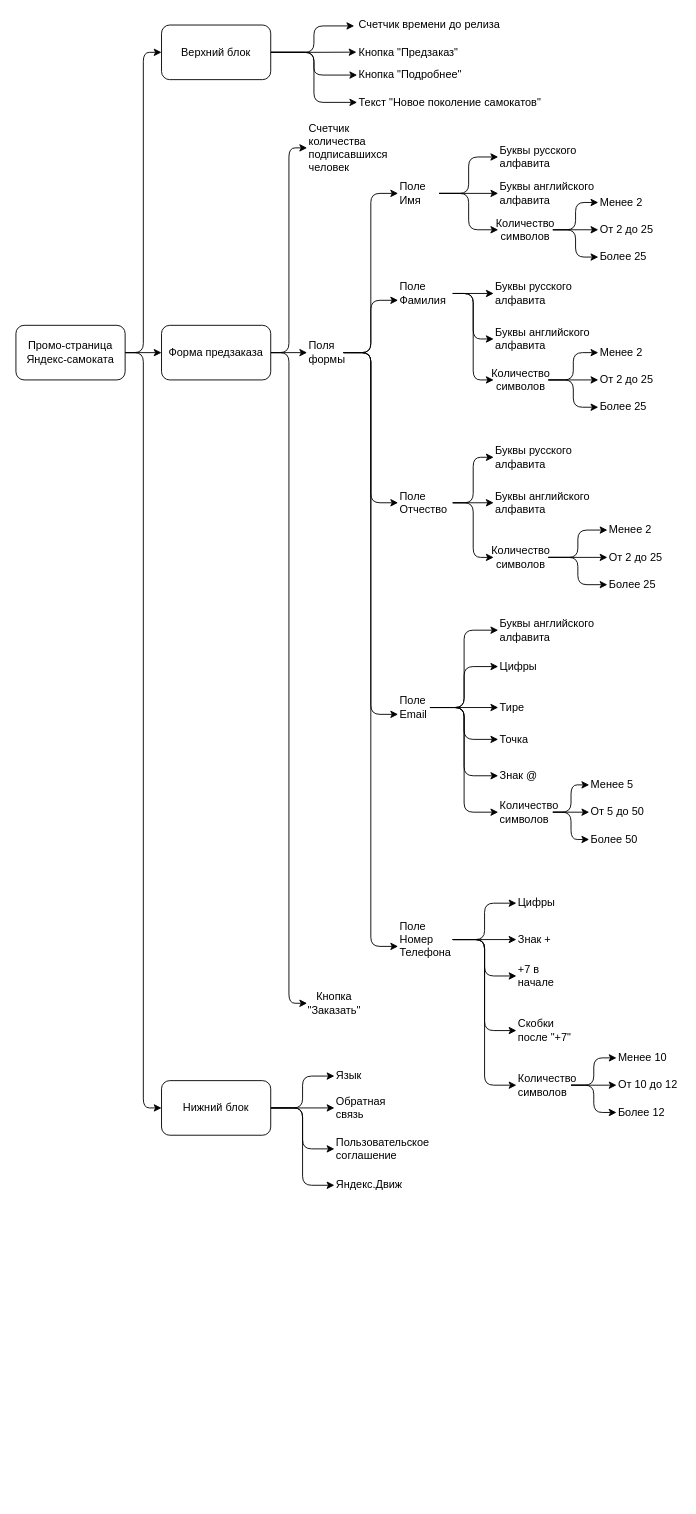
Before: Yandex_samokat_promo_mindmap.drawio in HarveyBarrels/YandexPractQA, a draw.io diagram. Source tidied: cells renumbered, new cells numbered last; positions are measured from the earlier drawing's top-left corner, leaving out a move shared by most shapes. Both pictures are drawn from the tidied source at 91%, with x=0, y=0 at pixel (15, 15).
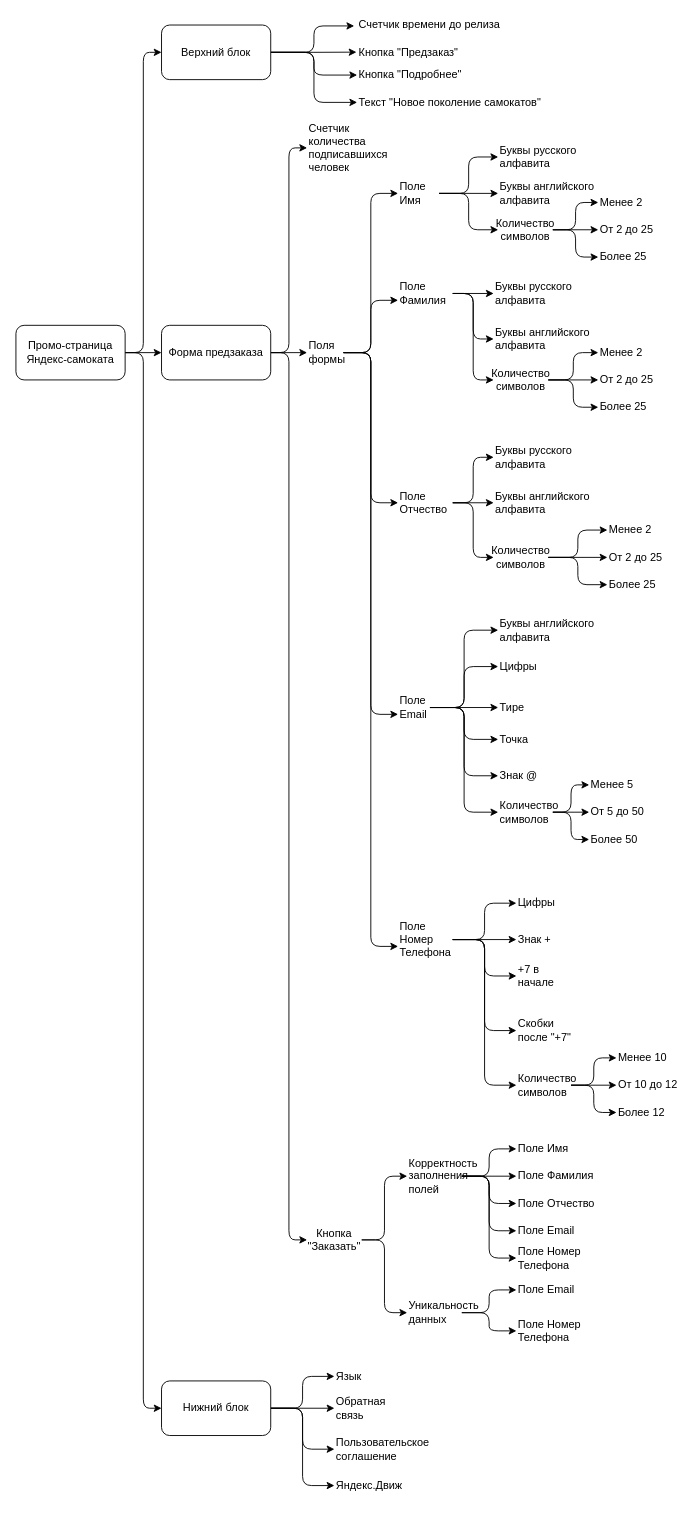
After the change.

What changed in the source:
```diff
@@
     <mxCell id="15" value="Нижний блок" style="rounded=1;whiteSpace=wrap;html=1;" parent="1" vertex="1">
-      <mxGeometry x="160" y="1170" width="120" height="60" as="geometry" />
+      <mxGeometry x="160" y="1500" width="120" height="60" as="geometry" />
     </mxCell>
@@
+    <mxCell id="111" style="edgeStyle=orthogonalEdgeStyle;rounded=1;jettySize=auto;html=1;exitX=1;exitY=0.5;exitDx=0;exitDy=0;entryX=0;entryY=0.5;entryDx=0;entryDy=0;" parent="1" edge="1" source="31" target="118">
+      <mxGeometry relative="1" as="geometry" />
+    </mxCell>
+    <mxCell id="112" style="edgeStyle=orthogonalEdgeStyle;rounded=1;jettySize=auto;html=1;exitX=1;exitY=0.5;exitDx=0;exitDy=0;entryX=0;entryY=0.5;entryDx=0;entryDy=0;" parent="1" edge="1" source="31" target="121">
+      <mxGeometry relative="1" as="geometry" />
+    </mxCell>
     <mxCell id="31" value="Кнопка &quot;Заказать&quot;" style="text;html=1;strokeColor=none;fillColor=none;align=center;verticalAlign=middle;whiteSpace=wrap;rounded=0;" parent="1" vertex="1">
-      <mxGeometry x="320" y="1070" width="60" height="30" as="geometry" />
+      <mxGeometry x="320" y="1330" width="60" height="30" as="geometry" />
     </mxCell>
     <mxCell id="32" value="Язык" style="text;html=1;strokeColor=none;fillColor=none;align=left;verticalAlign=middle;whiteSpace=wrap;rounded=0;" parent="1" vertex="1">
-      <mxGeometry x="350" y="1150" width="60" height="30" as="geometry" />
+      <mxGeometry x="350" y="1480" width="60" height="30" as="geometry" />
     </mxCell>
     <mxCell id="33" value="Обратная связь" style="text;html=1;strokeColor=none;fillColor=none;align=left;verticalAlign=middle;whiteSpace=wrap;rounded=0;" parent="1" vertex="1">
-      <mxGeometry x="350" y="1185" width="60" height="30" as="geometry" />
+      <mxGeometry x="350" y="1515" width="60" height="30" as="geometry" />
     </mxCell>
     <mxCell id="34" value="Пользовательское соглашение" style="text;html=1;strokeColor=none;fillColor=none;align=left;verticalAlign=middle;whiteSpace=wrap;rounded=0;" parent="1" vertex="1">
-      <mxGeometry x="350" y="1230" width="60" height="30" as="geometry" />
+      <mxGeometry x="350" y="1560" width="60" height="30" as="geometry" />
     </mxCell>
     <mxCell id="35" value="Яндекс.Движ" style="text;html=1;strokeColor=none;fillColor=none;align=left;verticalAlign=middle;whiteSpace=wrap;rounded=0;" parent="1" vertex="1">
-      <mxGeometry x="350" y="1270" width="60" height="30" as="geometry" />
+      <mxGeometry x="350" y="1600" width="60" height="30" as="geometry" />
     </mxCell>
@@
+    <mxCell id="113" style="edgeStyle=orthogonalEdgeStyle;rounded=1;jettySize=auto;html=1;exitX=1;exitY=0.5;exitDx=0;exitDy=0;entryX=0;entryY=0.5;entryDx=0;entryDy=0;" parent="1" edge="1" source="118" target="122">
+      <mxGeometry relative="1" as="geometry" />
+    </mxCell>
+    <mxCell id="114" style="edgeStyle=orthogonalEdgeStyle;rounded=1;jettySize=auto;html=1;exitX=1;exitY=0.5;exitDx=0;exitDy=0;entryX=0;entryY=0.5;entryDx=0;entryDy=0;" parent="1" edge="1" source="118" target="123">
+      <mxGeometry relative="1" as="geometry" />
+    </mxCell>
+    <mxCell id="115" style="edgeStyle=orthogonalEdgeStyle;rounded=1;jettySize=auto;html=1;exitX=1;exitY=0.5;exitDx=0;exitDy=0;entryX=0;entryY=0.5;entryDx=0;entryDy=0;" parent="1" edge="1" source="118" target="124">
+      <mxGeometry relative="1" as="geometry" />
+    </mxCell>
+    <mxCell id="116" style="edgeStyle=orthogonalEdgeStyle;rounded=1;jettySize=auto;html=1;exitX=1;exitY=0.5;exitDx=0;exitDy=0;entryX=0;entryY=0.5;entryDx=0;entryDy=0;" parent="1" edge="1" source="118" target="125">
+      <mxGeometry relative="1" as="geometry" />
+    </mxCell>
+    <mxCell id="117" style="edgeStyle=orthogonalEdgeStyle;rounded=1;jettySize=auto;html=1;exitX=1;exitY=0.5;exitDx=0;exitDy=0;entryX=0;entryY=0.5;entryDx=0;entryDy=0;" parent="1" edge="1" source="118" target="126">
+      <mxGeometry relative="1" as="geometry" />
+    </mxCell>
+    <mxCell id="118" value="Корректность заполнения полей" style="text;html=1;strokeColor=none;fillColor=none;align=left;verticalAlign=middle;whiteSpace=wrap;rounded=0;" parent="1" vertex="1">
+      <mxGeometry x="430" y="1260" width="60" height="30" as="geometry" />
+    </mxCell>
+    <mxCell id="119" style="edgeStyle=orthogonalEdgeStyle;rounded=1;jettySize=auto;html=1;exitX=1;exitY=0.5;exitDx=0;exitDy=0;entryX=0;entryY=0.5;entryDx=0;entryDy=0;" parent="1" edge="1" source="121" target="127">
+      <mxGeometry relative="1" as="geometry" />
+    </mxCell>
+    <mxCell id="120" style="edgeStyle=orthogonalEdgeStyle;rounded=1;jettySize=auto;html=1;exitX=1;exitY=0.5;exitDx=0;exitDy=0;entryX=0;entryY=0.5;entryDx=0;entryDy=0;" parent="1" edge="1" source="121" target="128">
+      <mxGeometry relative="1" as="geometry" />
+    </mxCell>
+    <mxCell id="121" value="Уникальность данных" style="text;html=1;strokeColor=none;fillColor=none;align=left;verticalAlign=middle;whiteSpace=wrap;rounded=0;" parent="1" vertex="1">
+      <mxGeometry x="430" y="1410" width="60" height="30" as="geometry" />
+    </mxCell>
+    <mxCell id="122" value="Поле Имя" style="text;html=1;strokeColor=none;fillColor=none;align=left;verticalAlign=middle;whiteSpace=wrap;rounded=0;" parent="1" vertex="1">
+      <mxGeometry x="550" y="1230" width="70" height="30" as="geometry" />
+    </mxCell>
+    <mxCell id="123" value="Поле Фамилия" style="text;html=1;strokeColor=none;fillColor=none;align=left;verticalAlign=middle;whiteSpace=wrap;rounded=0;" parent="1" vertex="1">
+      <mxGeometry x="550" y="1260" width="90" height="30" as="geometry" />
+    </mxCell>
+    <mxCell id="124" value="Поле Отчество" style="text;html=1;strokeColor=none;fillColor=none;align=left;verticalAlign=middle;whiteSpace=wrap;rounded=0;" parent="1" vertex="1">
+      <mxGeometry x="550" y="1290" width="90" height="30" as="geometry" />
+    </mxCell>
+    <mxCell id="125" value="Поле Email" style="text;html=1;strokeColor=none;fillColor=none;align=left;verticalAlign=middle;whiteSpace=wrap;rounded=0;" parent="1" vertex="1">
+      <mxGeometry x="550" y="1320" width="80" height="30" as="geometry" />
+    </mxCell>
+    <mxCell id="126" value="Поле Номер Телефона" style="text;html=1;strokeColor=none;fillColor=none;align=left;verticalAlign=middle;whiteSpace=wrap;rounded=0;" parent="1" vertex="1">
+      <mxGeometry x="550" y="1350" width="90" height="30" as="geometry" />
+    </mxCell>
+    <mxCell id="127" value="Поле Email" style="text;html=1;strokeColor=none;fillColor=none;align=left;verticalAlign=middle;whiteSpace=wrap;rounded=0;" parent="1" vertex="1">
+      <mxGeometry x="550" y="1385" width="80" height="30" as="geometry" />
+    </mxCell>
+    <mxCell id="128" value="Поле Номер Телефона" style="text;html=1;strokeColor=none;fillColor=none;align=left;verticalAlign=middle;whiteSpace=wrap;rounded=0;" parent="1" vertex="1">
+      <mxGeometry x="550" y="1430" width="90" height="30" as="geometry" />
+    </mxCell>
```
